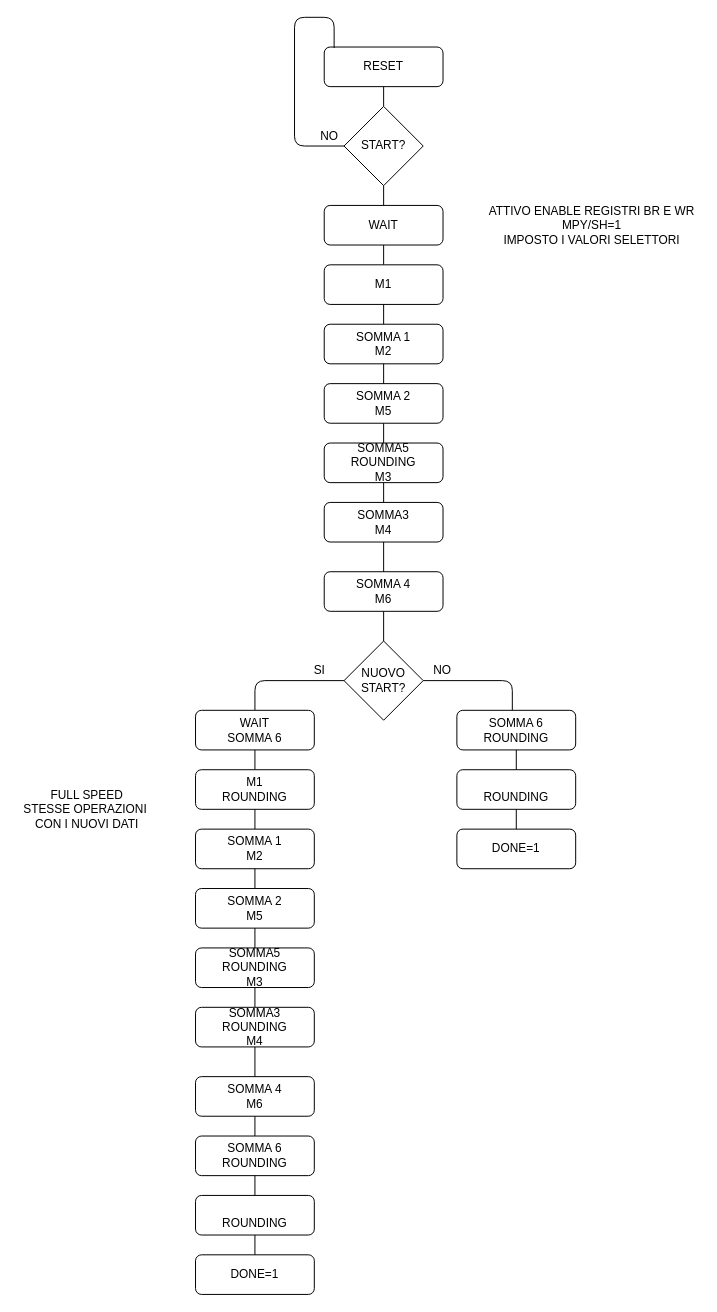
The draw.io diagram butterfly/drawio/pallogramma butterfly.drawio in wackozz/SDI_20_21, before the edit. Source tidied: cells renumbered, new cells numbered last; positions are measured from the earlier drawing's top-left corner, leaving out a move shared by most shapes. Both pictures are drawn from the tidied source at 99%, with x=0, y=0 at pixel (17, 17).
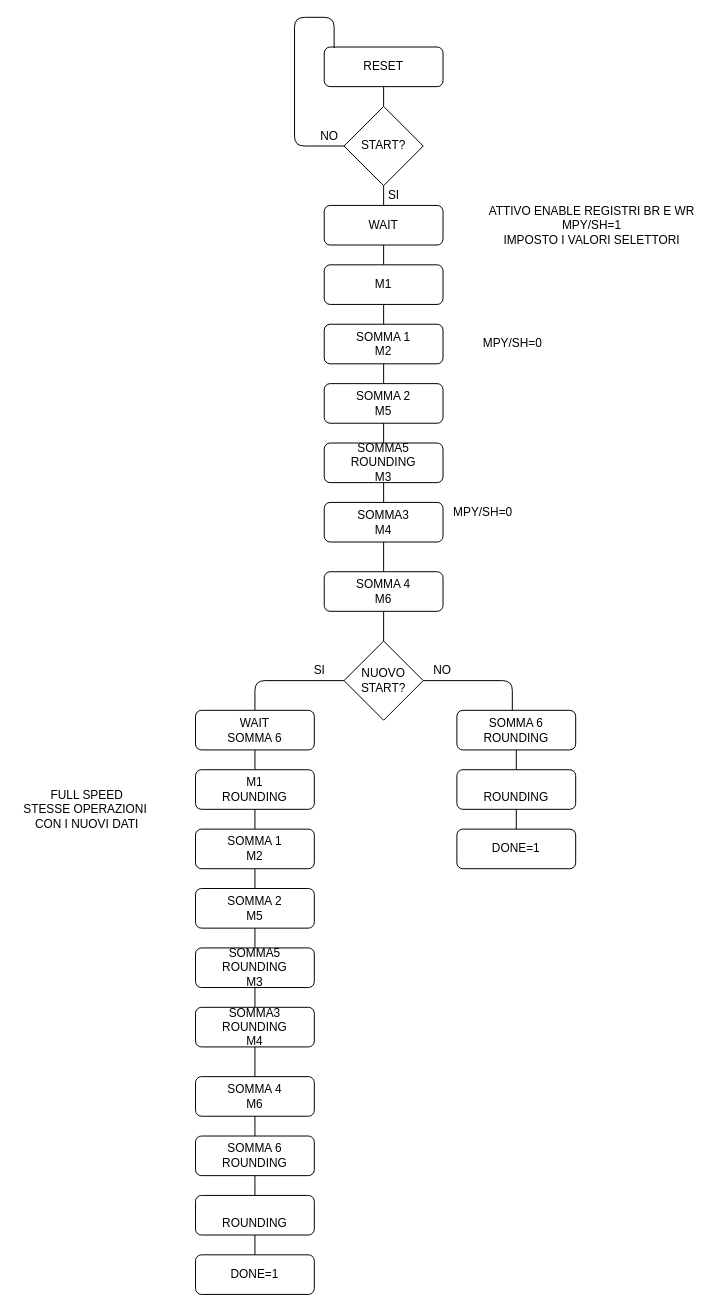
After the change.

What changed in the source:
```diff
@@
+    <mxCell id="53" value="MPY/SH=0" style="text;html=1;align=center;verticalAlign=middle;" parent="1" vertex="1">
+      <mxGeometry x="460" y="320" width="80" height="20" as="geometry" />
+    </mxCell>
+    <mxCell id="54" value="MPY/SH=0" style="text;html=1;align=center;verticalAlign=middle;" parent="1" vertex="1">
+      <mxGeometry x="430" y="490" width="80" height="20" as="geometry" />
+    </mxCell>
+    <mxCell id="55" value="SI" style="text;html=1;align=center;verticalAlign=middle;" parent="1" vertex="1">
+      <mxGeometry x="365" y="170" width="30" height="20" as="geometry" />
+    </mxCell>
```
